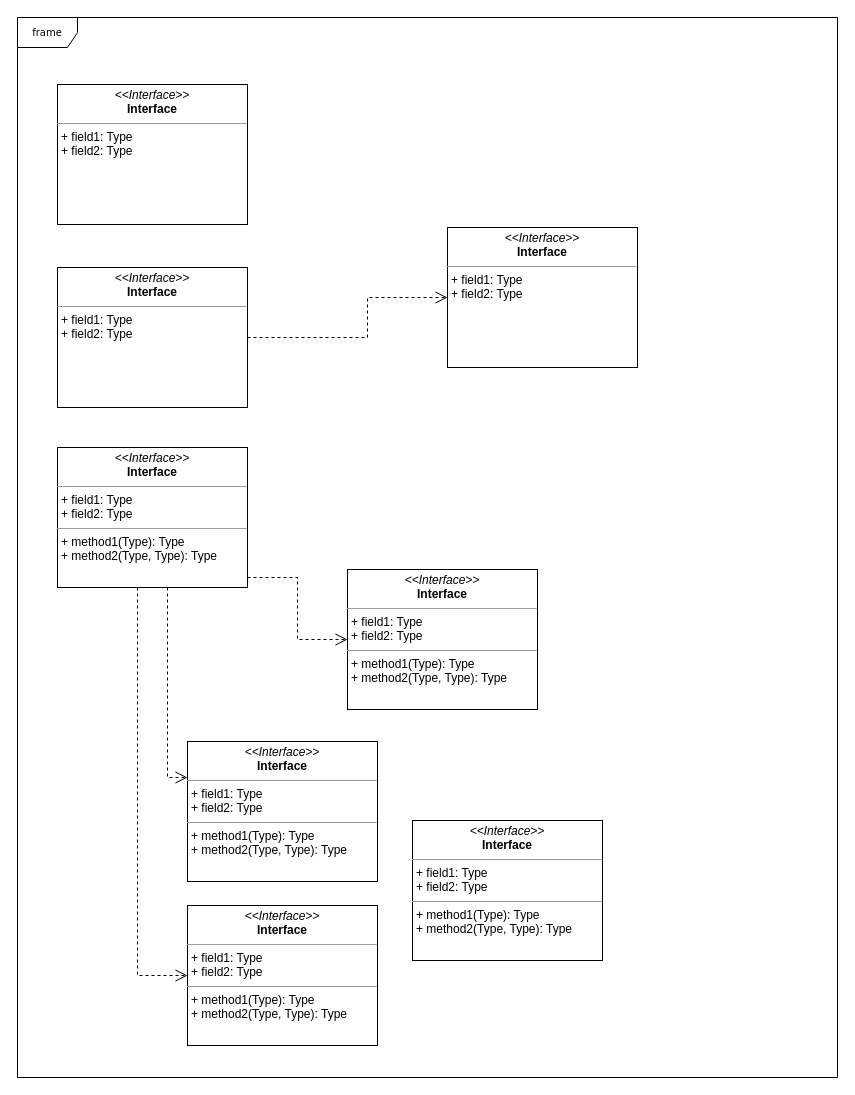
The draw.io diagram DB I/RC (Pseudo) Data structure.drawio in NeutronBlast/IS-Ex, before the edit. Source tidied: cells renumbered, new cells numbered last; positions are measured from the earlier drawing's top-left corner, leaving out a move shared by most shapes. Both pictures are drawn from the tidied source at 100%, with x=0, y=0 at pixel (17, 17).
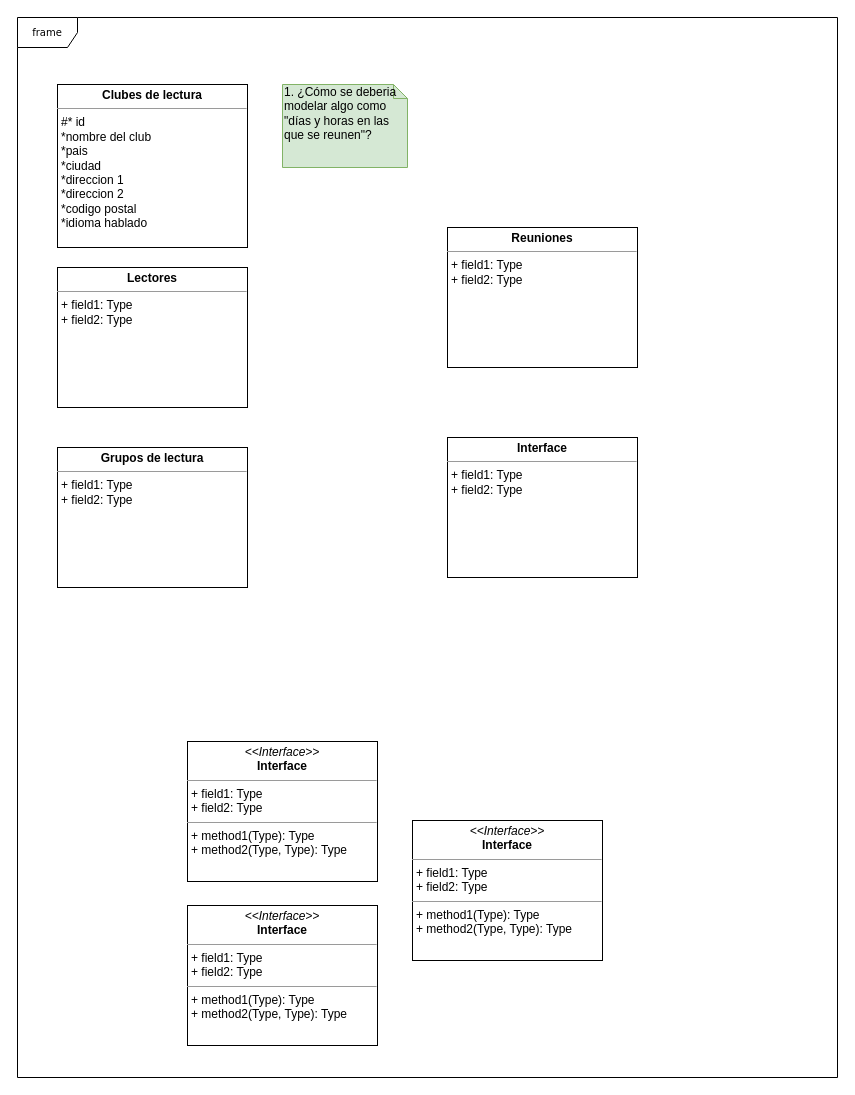
Above is the later version.

The change refers to these unchanged cells:
```xml
<mxCell id="5" value="&lt;p style=&quot;margin:0px;margin-top:4px;text-align:center;&quot;&gt;&lt;i&gt;&amp;lt;&amp;lt;Interface&amp;gt;&amp;gt;&lt;/i&gt;&lt;br/&gt;&lt;b&gt;Interface&lt;/b&gt;&lt;/p&gt;&lt;hr size=&quot;1&quot;/&gt;&lt;p style=&quot;margin:0px;margin-left:4px;&quot;&gt;+ field1: Type&lt;br/&gt;+ field2: Type&lt;/p&gt;&lt;hr size=&quot;1&quot;/&gt;&lt;p style=&quot;margin:0px;margin-left:4px;&quot;&gt;+ method1(Type): Type&lt;br/&gt;+ method2(Type, Type): Type&lt;/p&gt;" style="verticalAlign=top;align=left;overflow=fill;fontSize=12;fontFamily=Helvetica;html=1;rounded=0;shadow=0;comic=0;labelBackgroundColor=none;strokeColor=#000000;strokeWidth=1;fillColor=#ffffff;" parent="1" vertex="1">
  <mxGeometry x="170" y="888" width="190" height="140" as="geometry" />
</mxCell>
<mxCell id="6" value="&lt;p style=&quot;margin:0px;margin-top:4px;text-align:center;&quot;&gt;&lt;i&gt;&amp;lt;&amp;lt;Interface&amp;gt;&amp;gt;&lt;/i&gt;&lt;br/&gt;&lt;b&gt;Interface&lt;/b&gt;&lt;/p&gt;&lt;hr size=&quot;1&quot;/&gt;&lt;p style=&quot;margin:0px;margin-left:4px;&quot;&gt;+ field1: Type&lt;br/&gt;+ field2: Type&lt;/p&gt;&lt;hr size=&quot;1&quot;/&gt;&lt;p style=&quot;margin:0px;margin-left:4px;&quot;&gt;+ method1(Type): Type&lt;br/&gt;+ method2(Type, Type): Type&lt;/p&gt;" style="verticalAlign=top;align=left;overflow=fill;fontSize=12;fontFamily=Helvetica;html=1;rounded=0;shadow=0;comic=0;labelBackgroundColor=none;strokeColor=#000000;strokeWidth=1;fillColor=#ffffff;" parent="1" vertex="1">
  <mxGeometry x="170" y="724" width="190" height="140" as="geometry" />
</mxCell>
```

Diff of the diagram source:
```diff
@@
-    <mxCell id="4" value="&lt;p style=&quot;margin:0px;margin-top:4px;text-align:center;&quot;&gt;&lt;i&gt;&amp;lt;&amp;lt;Interface&amp;gt;&amp;gt;&lt;/i&gt;&lt;br/&gt;&lt;b&gt;Interface&lt;/b&gt;&lt;/p&gt;&lt;hr size=&quot;1&quot;/&gt;&lt;p style=&quot;margin:0px;margin-left:4px;&quot;&gt;+ field1: Type&lt;br/&gt;+ field2: Type&lt;/p&gt;&lt;hr size=&quot;1&quot;/&gt;&lt;p style=&quot;margin:0px;margin-left:4px;&quot;&gt;+ method1(Type): Type&lt;br/&gt;+ method2(Type, Type): Type&lt;/p&gt;" style="verticalAlign=top;align=left;overflow=fill;fontSize=12;fontFamily=Helvetica;html=1;rounded=0;shadow=0;comic=0;labelBackgroundColor=none;strokeColor=#000000;strokeWidth=1;fillColor=#ffffff;" parent="1" vertex="1">
-      <mxGeometry x="330" y="552" width="190" height="140" as="geometry" />
+    <mxCell id="4" value="&lt;p style=&quot;margin: 0px ; margin-top: 4px ; text-align: center&quot;&gt;&lt;b&gt;Interface&lt;/b&gt;&lt;/p&gt;&lt;hr size=&quot;1&quot;&gt;&lt;p style=&quot;margin: 0px ; margin-left: 4px&quot;&gt;+ field1: Type&lt;br&gt;+ field2: Type&lt;/p&gt;&lt;p style=&quot;margin: 0px ; margin-left: 4px&quot;&gt;&lt;br&gt;&lt;/p&gt;" style="verticalAlign=top;align=left;overflow=fill;fontSize=12;fontFamily=Helvetica;html=1;rounded=0;shadow=0;comic=0;labelBackgroundColor=none;strokeColor=#000000;strokeWidth=1;fillColor=#ffffff;" parent="1" vertex="1">
+      <mxGeometry x="430" y="420" width="190" height="140" as="geometry" />
     </mxCell>
@@
-    <mxCell id="7" value="&lt;p style=&quot;margin: 0px ; margin-top: 4px ; text-align: center&quot;&gt;&lt;i&gt;&amp;lt;&amp;lt;Interface&amp;gt;&amp;gt;&lt;/i&gt;&lt;br&gt;&lt;b&gt;Interface&lt;/b&gt;&lt;/p&gt;&lt;hr size=&quot;1&quot;&gt;&lt;p style=&quot;margin: 0px ; margin-left: 4px&quot;&gt;+ field1: Type&lt;br&gt;+ field2: Type&lt;/p&gt;&lt;p style=&quot;margin: 0px ; margin-left: 4px&quot;&gt;&lt;br&gt;&lt;/p&gt;" style="verticalAlign=top;align=left;overflow=fill;fontSize=12;fontFamily=Helvetica;html=1;rounded=0;shadow=0;comic=0;labelBackgroundColor=none;strokeColor=#000000;strokeWidth=1;fillColor=#ffffff;" parent="1" vertex="1">
+    <mxCell id="7" value="&lt;p style=&quot;margin: 0px ; margin-top: 4px ; text-align: center&quot;&gt;&lt;b&gt;Reuniones&lt;/b&gt;&lt;/p&gt;&lt;hr size=&quot;1&quot;&gt;&lt;p style=&quot;margin: 0px ; margin-left: 4px&quot;&gt;+ field1: Type&lt;br&gt;+ field2: Type&lt;/p&gt;&lt;p style=&quot;margin: 0px ; margin-left: 4px&quot;&gt;&lt;br&gt;&lt;/p&gt;" style="verticalAlign=top;align=left;overflow=fill;fontSize=12;fontFamily=Helvetica;html=1;rounded=0;shadow=0;comic=0;labelBackgroundColor=none;strokeColor=#000000;strokeWidth=1;fillColor=#ffffff;" parent="1" vertex="1">
       <mxGeometry x="430" y="210" width="190" height="140" as="geometry" />
     </mxCell>
-    <mxCell id="8" value="&lt;p style=&quot;margin: 0px ; margin-top: 4px ; text-align: center&quot;&gt;&lt;i&gt;&amp;lt;&amp;lt;Interface&amp;gt;&amp;gt;&lt;/i&gt;&lt;br&gt;&lt;b&gt;Interface&lt;/b&gt;&lt;/p&gt;&lt;hr size=&quot;1&quot;&gt;&lt;p style=&quot;margin: 0px ; margin-left: 4px&quot;&gt;+ field1: Type&lt;br&gt;+ field2: Type&lt;/p&gt;&lt;p style=&quot;margin: 0px ; margin-left: 4px&quot;&gt;&lt;br&gt;&lt;/p&gt;" style="verticalAlign=top;align=left;overflow=fill;fontSize=12;fontFamily=Helvetica;html=1;rounded=0;shadow=0;comic=0;labelBackgroundColor=none;strokeColor=#000000;strokeWidth=1;fillColor=#ffffff;" parent="1" vertex="1">
-      <mxGeometry x="40" y="67" width="190" height="140" as="geometry" />
+    <mxCell id="8" value="&lt;p style=&quot;margin: 0px ; margin-top: 4px ; text-align: center&quot;&gt;&lt;b&gt;Clubes de lectura&lt;/b&gt;&lt;/p&gt;&lt;hr size=&quot;1&quot;&gt;&lt;p style=&quot;margin: 0px ; margin-left: 4px&quot;&gt;#* id&lt;/p&gt;&lt;p style=&quot;margin: 0px ; margin-left: 4px&quot;&gt;*nombre del club&lt;/p&gt;&lt;p style=&quot;margin: 0px ; margin-left: 4px&quot;&gt;*pais&lt;/p&gt;&lt;p style=&quot;margin: 0px ; margin-left: 4px&quot;&gt;*ciudad&lt;/p&gt;&lt;p style=&quot;margin: 0px ; margin-left: 4px&quot;&gt;*direccion 1&lt;/p&gt;&lt;p style=&quot;margin: 0px ; margin-left: 4px&quot;&gt;*direccion 2&lt;/p&gt;&lt;p style=&quot;margin: 0px ; margin-left: 4px&quot;&gt;*codigo postal&lt;/p&gt;&lt;p style=&quot;margin: 0px ; margin-left: 4px&quot;&gt;*idioma hablado&lt;/p&gt;&lt;p style=&quot;margin: 0px ; margin-left: 4px&quot;&gt;&lt;br&gt;&lt;/p&gt;" style="verticalAlign=top;align=left;overflow=fill;fontSize=12;fontFamily=Helvetica;html=1;rounded=0;shadow=0;comic=0;labelBackgroundColor=none;strokeColor=#000000;strokeWidth=1;fillColor=#ffffff;" parent="1" vertex="1">
+      <mxGeometry x="40" y="67" width="190" height="163" as="geometry" />
     </mxCell>
-    <mxCell id="9" style="edgeStyle=orthogonalEdgeStyle;rounded=0;html=1;dashed=1;labelBackgroundColor=none;startFill=0;endArrow=open;endFill=0;endSize=10;fontFamily=Verdana;fontSize=10;" parent="1" edge="1" source="10" target="7">
-      <mxGeometry relative="1" as="geometry">
-        <Array as="points">
-          <mxPoint x="350" y="320" />
-          <mxPoint x="350" y="280" />
-        </Array>
-      </mxGeometry>
-    </mxCell>
-    <mxCell id="10" value="&lt;p style=&quot;margin: 0px ; margin-top: 4px ; text-align: center&quot;&gt;&lt;i&gt;&amp;lt;&amp;lt;Interface&amp;gt;&amp;gt;&lt;/i&gt;&lt;br&gt;&lt;b&gt;Interface&lt;/b&gt;&lt;/p&gt;&lt;hr size=&quot;1&quot;&gt;&lt;p style=&quot;margin: 0px ; margin-left: 4px&quot;&gt;+ field1: Type&lt;br&gt;+ field2: Type&lt;/p&gt;&lt;p style=&quot;margin: 0px ; margin-left: 4px&quot;&gt;&lt;br&gt;&lt;/p&gt;" style="verticalAlign=top;align=left;overflow=fill;fontSize=12;fontFamily=Helvetica;html=1;rounded=0;shadow=0;comic=0;labelBackgroundColor=none;strokeColor=#000000;strokeWidth=1;fillColor=#ffffff;" parent="1" vertex="1">
+    <mxCell id="10" value="&lt;p style=&quot;margin: 0px ; margin-top: 4px ; text-align: center&quot;&gt;&lt;b&gt;Lectores&lt;/b&gt;&lt;/p&gt;&lt;hr size=&quot;1&quot;&gt;&lt;p style=&quot;margin: 0px ; margin-left: 4px&quot;&gt;+ field1: Type&lt;br&gt;+ field2: Type&lt;/p&gt;&lt;p style=&quot;margin: 0px ; margin-left: 4px&quot;&gt;&lt;br&gt;&lt;/p&gt;" style="verticalAlign=top;align=left;overflow=fill;fontSize=12;fontFamily=Helvetica;html=1;rounded=0;shadow=0;comic=0;labelBackgroundColor=none;strokeColor=#000000;strokeWidth=1;fillColor=#ffffff;" parent="1" vertex="1">
       <mxGeometry x="40" y="250" width="190" height="140" as="geometry" />
     </mxCell>
-    <mxCell id="11" style="edgeStyle=orthogonalEdgeStyle;rounded=0;html=1;dashed=1;labelBackgroundColor=none;startFill=0;endArrow=open;endFill=0;endSize=10;fontFamily=Verdana;fontSize=10;" parent="1" edge="1" source="14" target="4">
-      <mxGeometry relative="1" as="geometry">
-        <Array as="points">
-          <mxPoint x="280" y="560" />
-          <mxPoint x="280" y="622" />
-        </Array>
-      </mxGeometry>
-    </mxCell>
-    <mxCell id="12" style="edgeStyle=orthogonalEdgeStyle;rounded=0;html=1;dashed=1;labelBackgroundColor=none;startFill=0;endArrow=open;endFill=0;endSize=10;fontFamily=Verdana;fontSize=10;" parent="1" edge="1" source="14" target="6">
-      <mxGeometry relative="1" as="geometry">
-        <Array as="points">
-          <mxPoint x="150" y="760" />
-        </Array>
-      </mxGeometry>
-    </mxCell>
-    <mxCell id="13" style="edgeStyle=orthogonalEdgeStyle;rounded=0;html=1;dashed=1;labelBackgroundColor=none;startFill=0;endArrow=open;endFill=0;endSize=10;fontFamily=Verdana;fontSize=10;" parent="1" edge="1" source="14" target="5">
-      <mxGeometry relative="1" as="geometry">
-        <Array as="points">
-          <mxPoint x="120" y="958" />
-        </Array>
-      </mxGeometry>
-    </mxCell>
-    <mxCell id="14" value="&lt;p style=&quot;margin:0px;margin-top:4px;text-align:center;&quot;&gt;&lt;i&gt;&amp;lt;&amp;lt;Interface&amp;gt;&amp;gt;&lt;/i&gt;&lt;br/&gt;&lt;b&gt;Interface&lt;/b&gt;&lt;/p&gt;&lt;hr size=&quot;1&quot;/&gt;&lt;p style=&quot;margin:0px;margin-left:4px;&quot;&gt;+ field1: Type&lt;br/&gt;+ field2: Type&lt;/p&gt;&lt;hr size=&quot;1&quot;/&gt;&lt;p style=&quot;margin:0px;margin-left:4px;&quot;&gt;+ method1(Type): Type&lt;br/&gt;+ method2(Type, Type): Type&lt;/p&gt;" style="verticalAlign=top;align=left;overflow=fill;fontSize=12;fontFamily=Helvetica;html=1;rounded=0;shadow=0;comic=0;labelBackgroundColor=none;strokeColor=#000000;strokeWidth=1;fillColor=#ffffff;" parent="1" vertex="1">
+    <mxCell id="14" value="&lt;p style=&quot;margin: 0px ; margin-top: 4px ; text-align: center&quot;&gt;&lt;b&gt;Grupos de lectura&lt;/b&gt;&lt;/p&gt;&lt;hr size=&quot;1&quot;&gt;&lt;p style=&quot;margin: 0px ; margin-left: 4px&quot;&gt;+ field1: Type&lt;br&gt;+ field2: Type&lt;/p&gt;" style="verticalAlign=top;align=left;overflow=fill;fontSize=12;fontFamily=Helvetica;html=1;rounded=0;shadow=0;comic=0;labelBackgroundColor=none;strokeColor=#000000;strokeWidth=1;fillColor=#ffffff;" parent="1" vertex="1">
       <mxGeometry x="40" y="430" width="190" height="140" as="geometry" />
     </mxCell>
+    <mxCell id="15" value="1. ¿Cómo se deberia modelar algo como &quot;días y horas en las que se reunen&quot;?" style="shape=note;whiteSpace=wrap;html=1;size=14;verticalAlign=top;align=left;spacingTop=-6;fillColor=#d5e8d4;strokeColor=#82b366;" parent="1" vertex="1">
+      <mxGeometry x="265" y="67" width="125" height="83" as="geometry" />
+    </mxCell>
```
